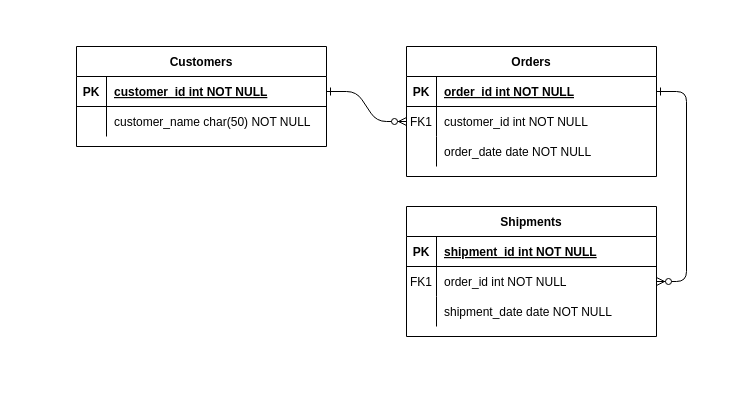
jammun/shared-design keeps this draw.io diagram as test02/제목 없는 다이어그램.drawio. Above is the earlier version. Source tidied: cells renumbered, new cells numbered last; positions are measured from the earlier drawing's top-left corner, leaving out a move shared by most shapes. Both pictures are drawn from the tidied source at 100%, with x=0, y=0 at pixel (76, 46).
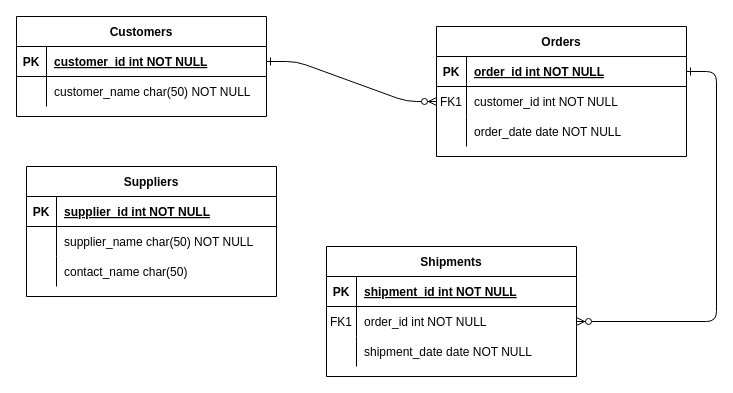
After the change.

Commit message:
제목 없는 다이어그램.drawio 업데이트

Diff of the diagram source:
```diff
@@
     <mxCell id="4" value="Orders" style="shape=table;startSize=30;childLayout=tableLayout;rowLines=0;fontStyle=1;align=center;" parent="1" vertex="1">
-      <mxGeometry x="330" width="250" height="130" as="geometry" />
+      <mxGeometry x="360" y="-20" width="250" height="130" as="geometry" />
     </mxCell>
@@
     <mxCell id="14" value="Shipments" style="shape=table;startSize=30;childLayout=tableLayout;rowLines=0;fontStyle=1;align=center;" parent="1" vertex="1">
-      <mxGeometry x="330" y="160" width="250" height="130" as="geometry" />
+      <mxGeometry x="250" y="200" width="250" height="130" as="geometry" />
     </mxCell>
@@
     <mxCell id="24" value="Customers" style="shape=table;startSize=30;childLayout=tableLayout;rowLines=0;fontStyle=1;align=center;" parent="1" vertex="1">
-      <mxGeometry width="250" height="100" as="geometry" />
+      <mxGeometry x="-60" y="-30" width="250" height="100" as="geometry" />
     </mxCell>
@@
+    <mxCell id="31" value="Suppliers" style="shape=table;startSize=30;childLayout=tableLayout;rowLines=0;fontStyle=1;align=center;" parent="1" vertex="1">
+      <mxGeometry x="-50" y="120" width="250" height="130" as="geometry" />
+    </mxCell>
+    <mxCell id="32" style="shape=tableRow;horizontal=0;startSize=0;swimlaneHead=0;swimlaneBody=0;fillColor=none;top=0;left=0;right=0;bottom=1;" parent="31" vertex="1">
+      <mxGeometry y="30" width="250" height="30" as="geometry" />
+    </mxCell>
+    <mxCell id="33" value="PK" style="shape=partialRectangle;overflow=hidden;fillColor=none;top=0;left=0;bottom=0;right=0;fontStyle=1;" parent="32" vertex="1">
+      <mxGeometry width="30" height="30" as="geometry" />
+    </mxCell>
+    <mxCell id="34" value="supplier_id int NOT NULL " style="shape=partialRectangle;overflow=hidden;fillColor=none;align=left;top=0;left=0;bottom=0;right=0;spacingLeft=6;fontStyle=5;" parent="32" vertex="1">
+      <mxGeometry x="30" width="220" height="30" as="geometry" />
+    </mxCell>
+    <mxCell id="35" style="shape=tableRow;horizontal=0;startSize=0;swimlaneHead=0;swimlaneBody=0;fillColor=none;top=0;left=0;right=0;bottom=0;" parent="31" vertex="1">
+      <mxGeometry y="60" width="250" height="30" as="geometry" />
+    </mxCell>
+    <mxCell id="36" style="shape=partialRectangle;overflow=hidden;fillColor=none;top=0;left=0;bottom=0;right=0;" parent="35" vertex="1">
+      <mxGeometry width="30" height="30" as="geometry" />
+    </mxCell>
+    <mxCell id="37" value="supplier_name char(50) NOT NULL" style="shape=partialRectangle;overflow=hidden;fillColor=none;align=left;top=0;left=0;bottom=0;right=0;spacingLeft=6;" parent="35" vertex="1">
+      <mxGeometry x="30" width="220" height="30" as="geometry" />
+    </mxCell>
+    <mxCell id="38" style="shape=tableRow;horizontal=0;startSize=0;swimlaneHead=0;swimlaneBody=0;fillColor=none;top=0;left=0;right=0;bottom=0;" parent="31" vertex="1">
+      <mxGeometry y="90" width="250" height="30" as="geometry" />
+    </mxCell>
+    <mxCell id="39" style="shape=partialRectangle;overflow=hidden;fillColor=none;top=0;left=0;bottom=0;right=0;" parent="38" vertex="1">
+      <mxGeometry width="30" height="30" as="geometry" />
+    </mxCell>
+    <mxCell id="40" value="contact_name char(50)" style="shape=partialRectangle;overflow=hidden;fillColor=none;align=left;top=0;left=0;bottom=0;right=0;spacingLeft=6;" parent="38" vertex="1">
+      <mxGeometry x="30" width="220" height="30" as="geometry" />
+    </mxCell>
```
